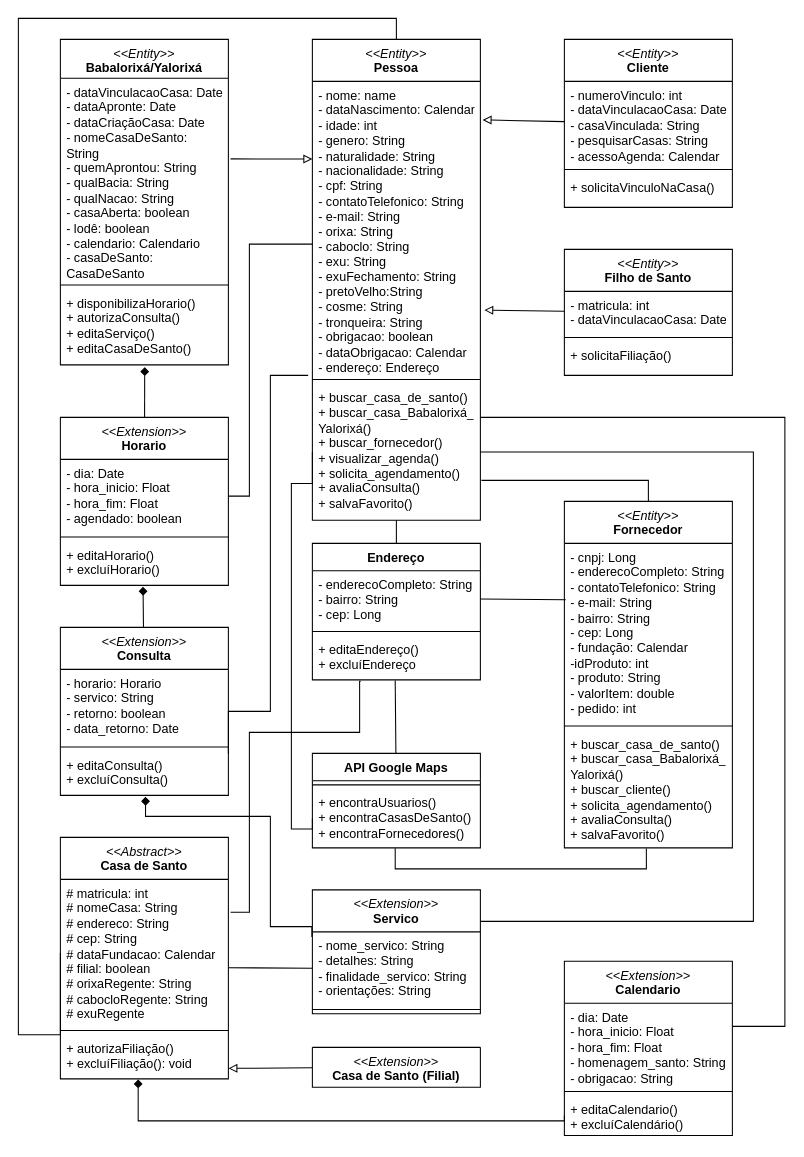
Before: Diagrama sem nome.drawio in AlexCarvalhovisk/sarava, a draw.io diagram. Source tidied: cells renumbered, new cells numbered last; positions are measured from the earlier drawing's top-left corner, leaving out a move shared by most shapes. Both pictures are drawn from the tidied source at 105%, with x=0, y=0 at pixel (18, 18).
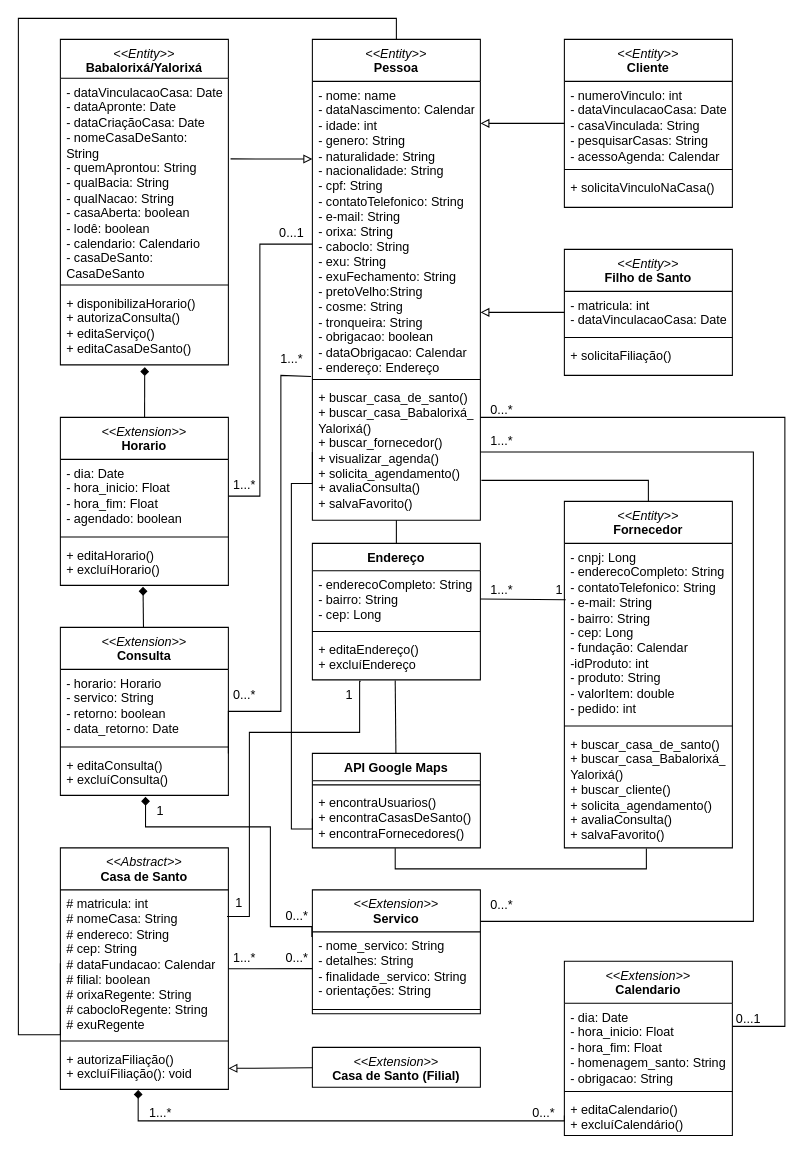
The same diagram, later.

Unchanged cells that the change refers to:
```xml
<mxCell id="3" value="- nome: name&lt;br&gt;- dataNascimento: Calendar&lt;br&gt;- idade: int&lt;br&gt;- genero: String&lt;br&gt;- naturalidade: String&lt;br&gt;- nacionalidade: String&lt;br&gt;- cpf: String&lt;br&gt;- contatoTelefonico: String&lt;br&gt;- e-mail: String&lt;br&gt;- orixa: String&lt;br style=&quot;border-color: var(--border-color);&quot;&gt;- caboclo: String&lt;br style=&quot;border-color: var(--border-color);&quot;&gt;- exu: String&lt;br&gt;- exuFechamento: String&lt;br&gt;- pretoVelho:String&lt;br&gt;- cosme: String&lt;br&gt;- tronqueira: String&lt;br&gt;- obrigacao: boolean&lt;br&gt;- dataObrigacao: Calendar&lt;br&gt;- endereço: Endereço" style="text;strokeColor=none;fillColor=none;align=left;verticalAlign=top;spacingLeft=4;spacingRight=4;overflow=hidden;points=[[0,0.5],[1,0.5]];portConstraint=eastwest;whiteSpace=wrap;html=1;" parent="2" vertex="1">
  <mxGeometry y="40" width="160" height="280" as="geometry" />
</mxCell>
<mxCell id="7" value="&lt;i style=&quot;border-color: var(--border-color); font-weight: 400;&quot;&gt;&amp;lt;&amp;lt;Entity&amp;gt;&amp;gt;&lt;/i&gt;&lt;br&gt;Filho de Santo" style="swimlane;fontStyle=1;align=center;verticalAlign=top;horizontal=1;startSize=40;whiteSpace=wrap;html=1;" parent="1" vertex="1">
  <mxGeometry x="520" y="220" width="160" height="120" as="geometry" />
</mxCell>
<mxCell id="12" value="- numeroVinculo: int&lt;br&gt;- dataVinculacaoCasa: Date&lt;br&gt;- casaVinculada: String&lt;br&gt;- pesquisarCasas: String&lt;br&gt;- acessoAgenda: Calendar" style="text;strokeColor=none;fillColor=none;align=left;verticalAlign=top;spacingLeft=4;spacingRight=4;overflow=hidden;points=[[0,0.5],[1,0.5]];portConstraint=eastwest;whiteSpace=wrap;html=1;" parent="11" vertex="1">
  <mxGeometry y="40" width="160" height="80" as="geometry" />
</mxCell>
<mxCell id="26" value="# matricula: int&lt;br&gt;# nomeCasa: String&lt;br&gt;# endereco: String&lt;br&gt;# cep: String&lt;br&gt;# dataFundacao: Calendar&lt;br&gt;# filial: boolean&lt;br&gt;# orixaRegente: String&lt;br&gt;# cabocloRegente: String&lt;br&gt;# exuRegente" style="text;strokeColor=none;fillColor=none;align=left;verticalAlign=top;spacingLeft=4;spacingRight=4;overflow=hidden;points=[[0,0.5],[1,0.5]];portConstraint=eastwest;whiteSpace=wrap;html=1;" parent="25" vertex="1">
  <mxGeometry y="40" width="160" height="140" as="geometry" />
</mxCell>
<mxCell id="34" value="- dia: Date&lt;br&gt;-&amp;nbsp;hora_inicio: Float&lt;br&gt;-&amp;nbsp;hora_fim: Float&lt;br&gt;-&amp;nbsp;agendado: boolean" style="text;strokeColor=none;fillColor=none;align=left;verticalAlign=top;spacingLeft=4;spacingRight=4;overflow=hidden;points=[[0,0.5],[1,0.5]];portConstraint=eastwest;whiteSpace=wrap;html=1;" parent="33" vertex="1">
  <mxGeometry y="40" width="160" height="70" as="geometry" />
</mxCell>
<mxCell id="41" value="+ editaConsulta()&lt;br&gt;+ excluíConsulta()" style="text;strokeColor=none;fillColor=none;align=left;verticalAlign=top;spacingLeft=4;spacingRight=4;overflow=hidden;points=[[0,0.5],[1,0.5]];portConstraint=eastwest;whiteSpace=wrap;html=1;" parent="38" vertex="1">
  <mxGeometry y="118" width="160" height="42" as="geometry" />
</mxCell>
<mxCell id="49" value="- nome_servico: String&lt;br&gt;- detalhes: String&lt;br&gt;- finalidade_servico: String&lt;br&gt;- orientações: String" style="text;strokeColor=none;fillColor=none;align=left;verticalAlign=top;spacingLeft=4;spacingRight=4;overflow=hidden;points=[[0,0.5],[1,0.5]];portConstraint=eastwest;whiteSpace=wrap;html=1;" parent="48" vertex="1">
  <mxGeometry y="40" width="160" height="70" as="geometry" />
</mxCell>
<mxCell id="68" value="+ editaEndereço()&lt;br&gt;+ excluíEndereço" style="text;strokeColor=none;fillColor=none;align=left;verticalAlign=top;spacingLeft=4;spacingRight=4;overflow=hidden;points=[[0,0.5],[1,0.5]];portConstraint=eastwest;whiteSpace=wrap;html=1;" parent="65" vertex="1">
  <mxGeometry y="88" width="160" height="42" as="geometry" />
</mxCell>
```

The edit, as a diff of the source:
```diff
@@
-    <mxCell id="6" style="rounded=0;jettySize=auto;html=1;endArrow=block;endFill=0;entryX=1.023;entryY=0.778;entryDx=0;entryDy=0;entryPerimeter=0;" parent="1" edge="1" source="7" target="3">
-      <mxGeometry relative="1" as="geometry" />
+    <mxCell id="6" style="rounded=0;jettySize=auto;html=1;endArrow=block;endFill=0;" parent="1" edge="1" source="7">
+      <mxGeometry relative="1" as="geometry">
+        <mxPoint x="440" y="280" as="targetPoint" />
+      </mxGeometry>
     </mxCell>
@@
     <mxCell id="25" value="&lt;span style=&quot;font-weight: normal;&quot;&gt;&lt;i&gt;&amp;lt;&amp;lt;Abstract&amp;gt;&amp;gt;&lt;/i&gt;&lt;/span&gt;&lt;br&gt;Casa de Santo" style="swimlane;fontStyle=1;align=center;verticalAlign=top;horizontal=1;startSize=40;whiteSpace=wrap;html=1;" parent="1" vertex="1">
-      <mxGeometry x="40" y="780" width="160" height="230" as="geometry" />
+      <mxGeometry x="40" y="790" width="160" height="230" as="geometry" />
     </mxCell>
@@
     <mxCell id="47" style="rounded=0;jettySize=auto;html=1;endArrow=diamond;endFill=1;entryX=0.507;entryY=1.033;entryDx=0;entryDy=0;entryPerimeter=0;edgeStyle=orthogonalEdgeStyle;exitX=-0.003;exitY=0.071;exitDx=0;exitDy=0;exitPerimeter=0;" parent="1" edge="1" source="49" target="41">
       <mxGeometry relative="1" as="geometry">
         <Array as="points">
+          <mxPoint x="280" y="865" />
           <mxPoint x="240" y="865" />
-          <mxPoint x="240" y="760" />
-          <mxPoint x="121" y="760" />
+          <mxPoint x="240" y="770" />
+          <mxPoint x="121" y="770" />
         </Array>
       </mxGeometry>
     </mxCell>
@@
-    <mxCell id="51" style="rounded=0;jettySize=auto;html=1;entryX=1.013;entryY=0.131;entryDx=0;entryDy=0;entryPerimeter=0;endArrow=block;endFill=0;" parent="1" edge="1" source="12" target="3">
-      <mxGeometry relative="1" as="geometry" />
+    <mxCell id="51" style="rounded=0;jettySize=auto;html=1;endArrow=block;endFill=0;" parent="1" edge="1" source="12">
+      <mxGeometry relative="1" as="geometry">
+        <mxPoint x="440" y="100" as="targetPoint" />
+      </mxGeometry>
     </mxCell>
@@
     <mxCell id="54" style="edgeStyle=orthogonalEdgeStyle;rounded=0;jettySize=auto;html=1;entryX=1;entryY=0.5;entryDx=0;entryDy=0;endArrow=none;endFill=0;" parent="1" edge="1" source="3" target="34">
       <mxGeometry relative="1" as="geometry">
         <Array as="points">
-          <mxPoint x="220" y="215" />
-          <mxPoint x="220" y="455" />
+          <mxPoint x="230" y="215" />
+          <mxPoint x="230" y="455" />
         </Array>
       </mxGeometry>
     </mxCell>
-    <mxCell id="55" style="edgeStyle=orthogonalEdgeStyle;rounded=0;orthogonalLoop=1;jettySize=auto;html=1;endArrow=none;endFill=0;" parent="1" edge="1">
+    <mxCell id="55" style="edgeStyle=orthogonalEdgeStyle;rounded=0;jettySize=auto;html=1;endArrow=none;endFill=0;exitX=0.97;exitY=1.033;exitDx=0;exitDy=0;exitPerimeter=0;" parent="1" edge="1" source="78">
       <mxGeometry relative="1" as="geometry">
-        <mxPoint x="276" y="340" as="sourcePoint" />
         <mxPoint x="200" y="700" as="targetPoint" />
         <Array as="points">
-          <mxPoint x="240" y="340" />
-          <mxPoint x="240" y="660" />
+          <mxPoint x="250" y="340" />
+          <mxPoint x="250" y="660" />
           <mxPoint x="200" y="660" />
         </Array>
       </mxGeometry>
     </mxCell>
@@
-    <mxCell id="62" style="rounded=0;jettySize=auto;html=1;endArrow=none;endFill=0;entryX=1.003;entryY=0.601;entryDx=0;entryDy=0;entryPerimeter=0;" parent="1" edge="1" source="49" target="26">
+    <mxCell id="62" style="rounded=0;jettySize=auto;html=1;endArrow=none;endFill=0;entryX=1;entryY=0.536;entryDx=0;entryDy=0;entryPerimeter=0;" parent="1" edge="1" source="49" target="26">
       <mxGeometry relative="1" as="geometry" />
     </mxCell>
@@
-    <mxCell id="64" style="edgeStyle=orthogonalEdgeStyle;rounded=0;jettySize=auto;html=1;entryX=1.013;entryY=0.224;entryDx=0;entryDy=0;entryPerimeter=0;endArrow=none;endFill=0;exitX=0.288;exitY=1.033;exitDx=0;exitDy=0;exitPerimeter=0;" parent="1" edge="1" source="68" target="26">
+    <mxCell id="64" style="edgeStyle=orthogonalEdgeStyle;rounded=0;jettySize=auto;html=1;endArrow=none;endFill=0;exitX=0.288;exitY=1.033;exitDx=0;exitDy=0;exitPerimeter=0;entryX=0.992;entryY=0.181;entryDx=0;entryDy=0;entryPerimeter=0;" parent="1" edge="1" source="68" target="26">
       <mxGeometry relative="1" as="geometry">
         <Array as="points">
           <mxPoint x="325" y="631" />
           <mxPoint x="325" y="680" />
           <mxPoint x="220" y="680" />
-          <mxPoint x="220" y="851" />
+          <mxPoint x="220" y="855" />
         </Array>
       </mxGeometry>
     </mxCell>
@@
+    <mxCell id="70" value="1...*" style="text;html=1;align=center;verticalAlign=middle;strokeColor=none;fillColor=none;" parent="1" vertex="1">
+      <mxGeometry x="440" y="530" width="40" height="30" as="geometry" />
+    </mxCell>
+    <mxCell id="71" value="1" style="text;html=1;align=center;verticalAlign=middle;strokeColor=none;fillColor=none;" parent="1" vertex="1">
+      <mxGeometry x="500" y="530" width="30" height="30" as="geometry" />
+    </mxCell>
+    <mxCell id="72" value="0...1" style="text;html=1;align=center;verticalAlign=middle;strokeColor=none;fillColor=none;" parent="1" vertex="1">
+      <mxGeometry x="670" y="938" width="50" height="30" as="geometry" />
+    </mxCell>
+    <mxCell id="73" value="0...*" style="text;html=1;align=center;verticalAlign=middle;strokeColor=none;fillColor=none;" parent="1" vertex="1">
+      <mxGeometry x="440" y="358" width="40" height="30" as="geometry" />
+    </mxCell>
+    <mxCell id="74" value="1...*" style="text;html=1;align=center;verticalAlign=middle;strokeColor=none;fillColor=none;" parent="1" vertex="1">
+      <mxGeometry x="440" y="388" width="40" height="30" as="geometry" />
+    </mxCell>
+    <mxCell id="75" value="0...*" style="text;html=1;align=center;verticalAlign=middle;strokeColor=none;fillColor=none;" parent="1" vertex="1">
+      <mxGeometry x="440" y="830" width="40" height="30" as="geometry" />
+    </mxCell>
+    <mxCell id="76" value="1" style="text;html=1;align=center;verticalAlign=middle;strokeColor=none;fillColor=none;" parent="1" vertex="1">
+      <mxGeometry x="195" y="828" width="30" height="30" as="geometry" />
+    </mxCell>
+    <mxCell id="77" value="1" style="text;html=1;align=center;verticalAlign=middle;strokeColor=none;fillColor=none;" parent="1" vertex="1">
+      <mxGeometry x="300" y="630" width="30" height="30" as="geometry" />
+    </mxCell>
+    <mxCell id="78" value="1...*" style="text;html=1;align=center;verticalAlign=middle;points=[];strokeColor=none;fillColor=none;" parent="1" vertex="1">
+      <mxGeometry x="240" y="310" width="40" height="30" as="geometry" />
+    </mxCell>
+    <mxCell id="79" value="0...*" style="text;html=1;align=center;verticalAlign=middle;strokeColor=none;fillColor=none;" parent="1" vertex="1">
+      <mxGeometry x="195" y="630" width="40" height="30" as="geometry" />
+    </mxCell>
+    <mxCell id="80" value="1...*" style="text;html=1;align=center;verticalAlign=middle;strokeColor=none;fillColor=none;" parent="1" vertex="1">
+      <mxGeometry x="195" y="430" width="40" height="30" as="geometry" />
+    </mxCell>
+    <mxCell id="81" value="0...1" style="text;html=1;align=center;verticalAlign=middle;strokeColor=none;fillColor=none;" parent="1" vertex="1">
+      <mxGeometry x="235" y="190" width="50" height="30" as="geometry" />
+    </mxCell>
+    <mxCell id="82" value="0...*" style="text;html=1;align=center;verticalAlign=middle;strokeColor=none;fillColor=none;" parent="1" vertex="1">
+      <mxGeometry x="245" y="840" width="40" height="30" as="geometry" />
+    </mxCell>
+    <mxCell id="83" value="1" style="text;html=1;align=center;verticalAlign=middle;strokeColor=none;fillColor=none;" parent="1" vertex="1">
+      <mxGeometry x="120" y="740" width="30" height="30" as="geometry" />
+    </mxCell>
+    <mxCell id="84" value="0...*" style="text;html=1;align=center;verticalAlign=middle;strokeColor=none;fillColor=none;" parent="1" vertex="1">
+      <mxGeometry x="480" y="1028" width="40" height="30" as="geometry" />
+    </mxCell>
+    <mxCell id="85" value="1...*" style="text;html=1;align=center;verticalAlign=middle;strokeColor=none;fillColor=none;" parent="1" vertex="1">
+      <mxGeometry x="115" y="1028" width="40" height="30" as="geometry" />
+    </mxCell>
+    <mxCell id="86" value="0...*" style="text;html=1;align=center;verticalAlign=middle;strokeColor=none;fillColor=none;" parent="1" vertex="1">
+      <mxGeometry x="245" y="880" width="40" height="30" as="geometry" />
+    </mxCell>
+    <mxCell id="87" value="1...*" style="text;html=1;align=center;verticalAlign=middle;strokeColor=none;fillColor=none;" parent="1" vertex="1">
+      <mxGeometry x="195" y="880" width="40" height="30" as="geometry" />
+    </mxCell>
```
